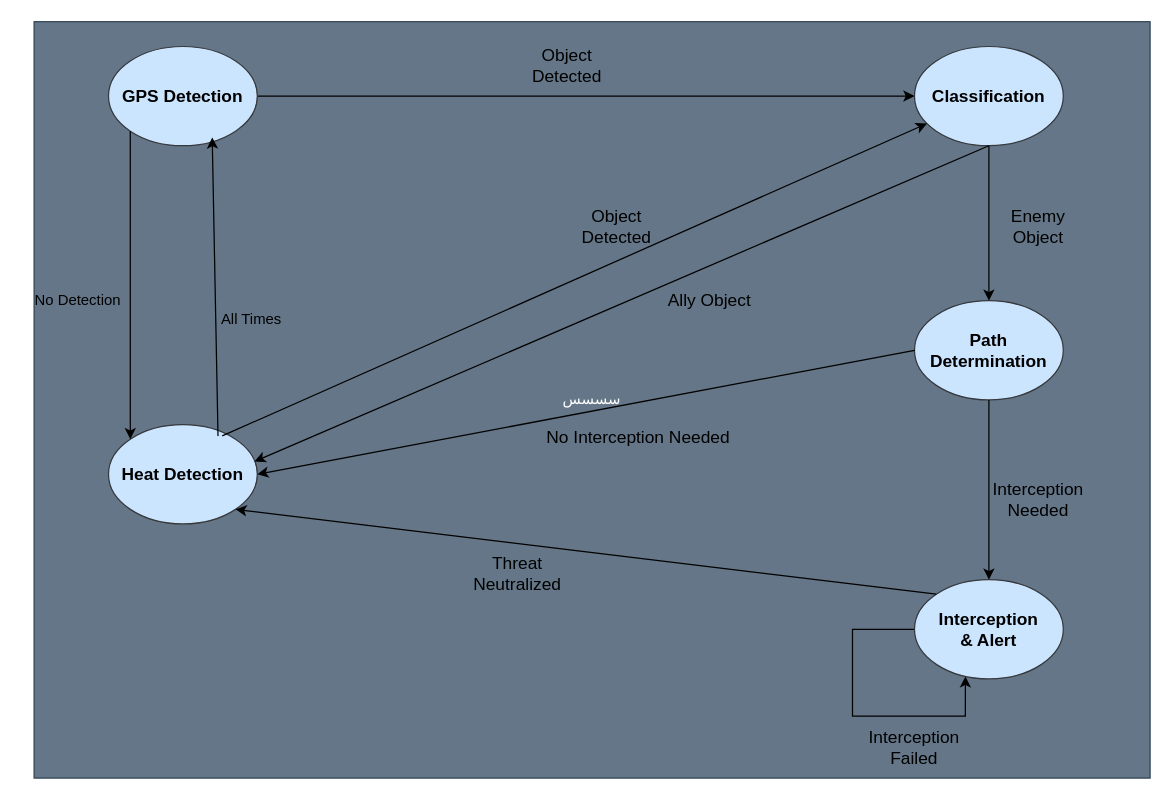
The draw.io diagram systemDesign/FSM v03 - Real-Time ADS.drawio in MuhammadMuazen/ADSFReeRTOS, before the edit. Source tidied: cells renumbered, new cells numbered last; positions are measured from the earlier drawing's top-left corner, leaving out a move shared by most shapes. Both pictures are drawn from the tidied source at 124%, with x=0, y=0 at pixel (21, 21).
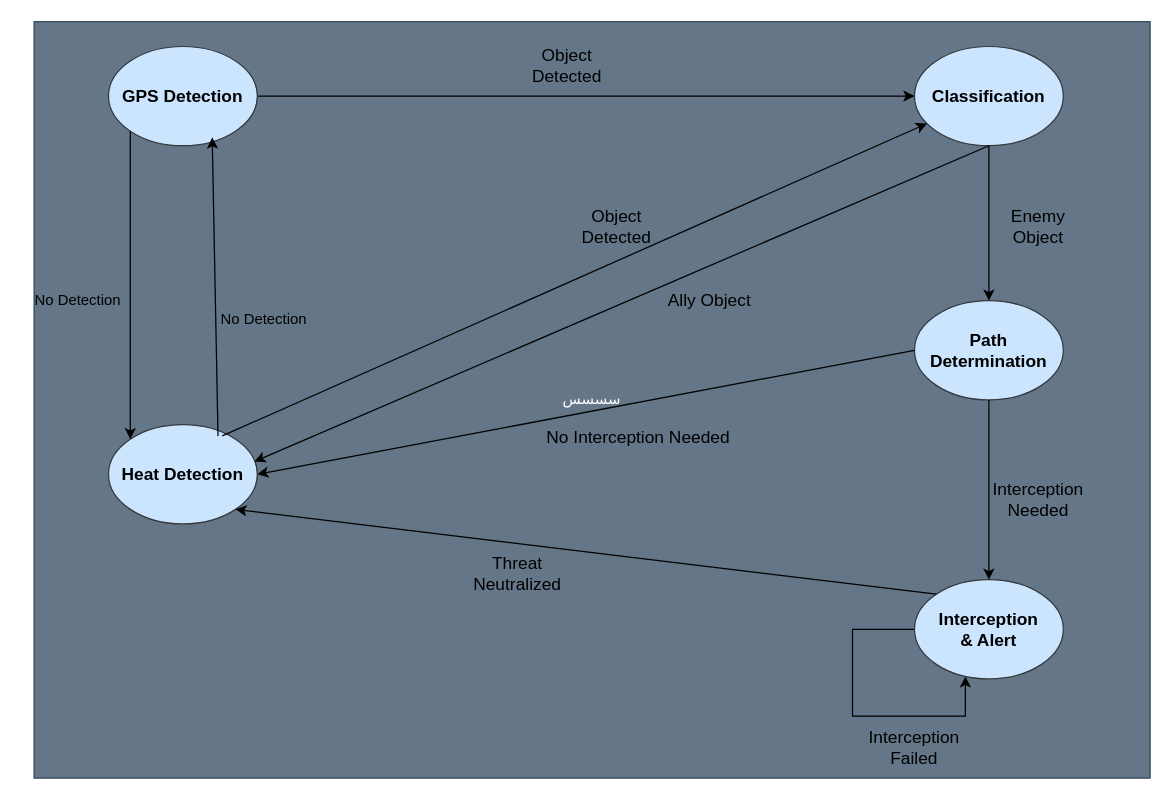
The same diagram, later.

Diff of the diagram source:
```diff
@@
-    <mxCell id="24" value="All Times" style="text;html=1;align=center;verticalAlign=middle;strokeColor=none;fillColor=none;" parent="1" vertex="1">
-      <mxGeometry x="150" y="225" width="70" height="30" as="geometry" />
+    <mxCell id="24" value="No Detection" style="text;html=1;align=center;verticalAlign=middle;strokeColor=none;fillColor=none;" parent="1" vertex="1">
+      <mxGeometry x="150" y="225" width="90" height="30" as="geometry" />
     </mxCell>
```
